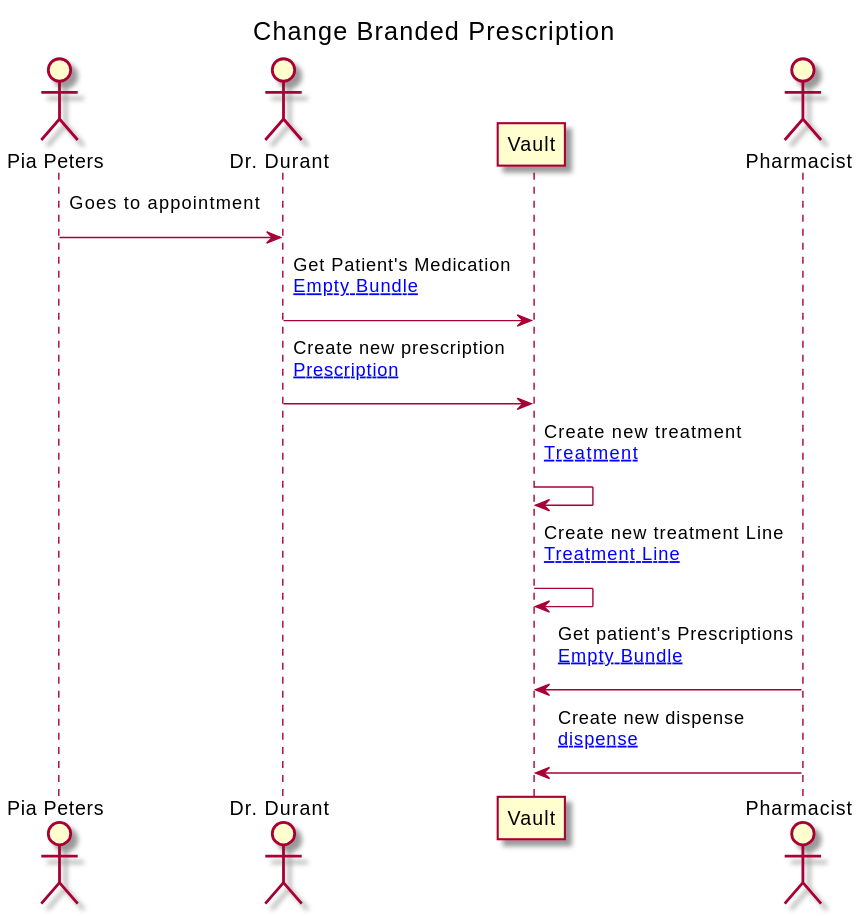
This is branches/master/ExampleScenario-example-1-scenario.svg from costateixeira/hl7-be-fhir-medication, a PlantUML export, as it was before one commit.
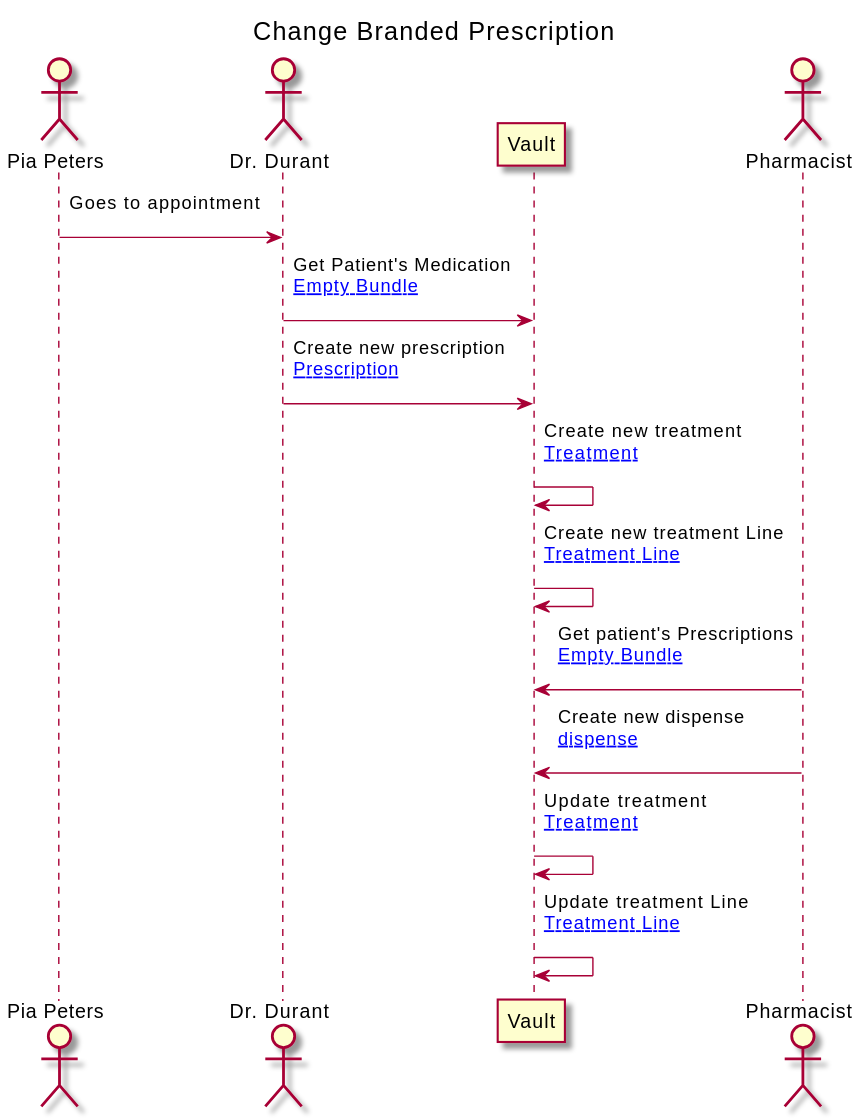
After the commit.

Change to the diagram source:
```diff
@@ -19,6 +19,8 @@
     VAULT-> VAULT : Create new treatment Line\n[[ExampleScenario-example-1-scenario-resources.html#New Treatment Line]]\n
     PHARM-> VAULT : Get patient's Prescriptions\n[[ExampleScenario-example-1-scenario-resources.html#EB Empty Bundle]]\n
     PHARM-> VAULT : Create new dispense\n[[ExampleScenario-example-1-scenario-resources.html#New dispense]]\n
+    VAULT-> VAULT : Update treatment\n[[ExampleScenario-example-1-scenario-resources.html#New Treatment]]\n
+    VAULT-> VAULT : Update treatment Line\n[[ExampleScenario-example-1-scenario-resources.html#New Treatment Line]]\n
 
 
 @enduml
```
